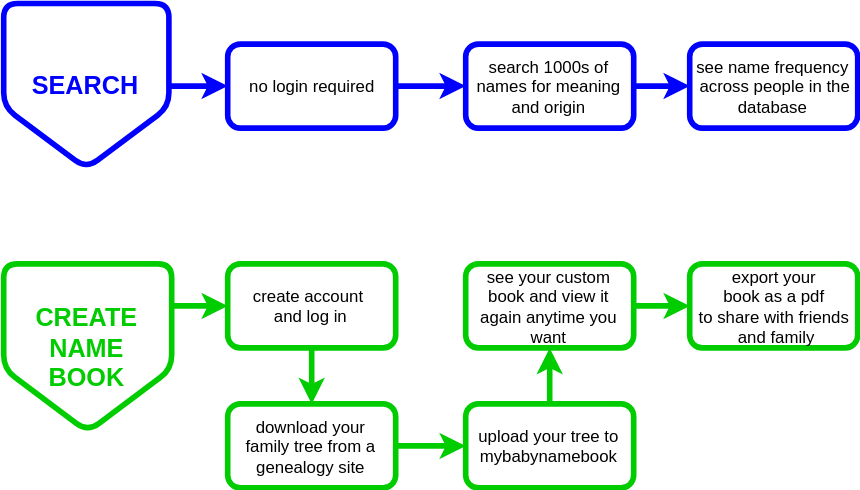
auroralemieux/ada-capstone keeps this draw.io diagram as babynamebook/static/flowchart.svg. Above is the earlier version. Source tidied: cells renumbered, new cells last; positions are measured from the earlier drawing's top-left corner, leaving out a move shared by most shapes.
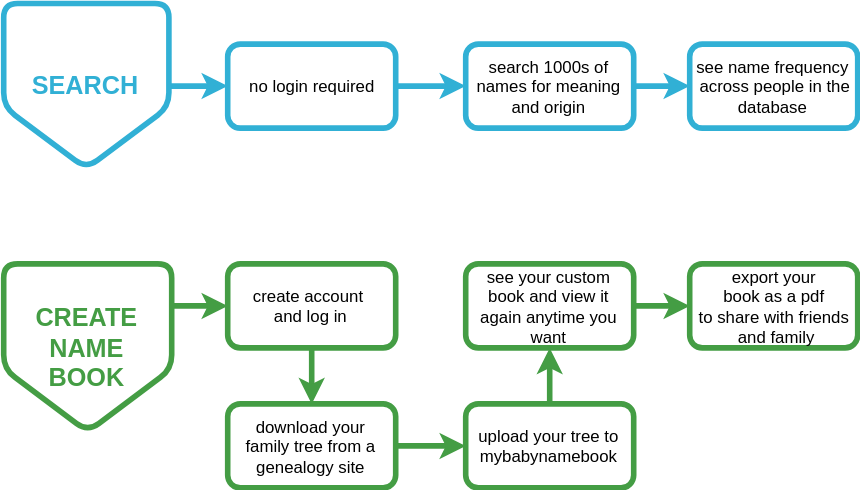
Above is the later version.

Commit message:
changed line color on name chart

The edit, as a diff of the source:
```diff
@@ -1,59 +1,59 @@
-<mxGraphModel background="#ffffff">
+<mxGraphModel>
   <root>
     <mxCell id="0" />
     <mxCell id="1" parent="0" />
-    <mxCell id="2" style="edgeStyle=orthogonalEdgeStyle;rounded=1;html=1;entryX=0;entryY=0.5;jettySize=auto;strokeWidth=4;fontSize=12;strokeColor=#0000FF;fillColor=#ffffff;" parent="1" edge="1" source="3" target="5">
+    <mxCell id="2" style="edgeStyle=orthogonalEdgeStyle;rounded=1;html=1;entryX=0;entryY=0.5;jettySize=auto;strokeWidth=4;fontSize=12;strokeColor=#31B0D5;fillColor=#ffffff;" parent="1" edge="1" source="3" target="5">
       <mxGeometry relative="1" as="geometry" />
     </mxCell>
-    <mxCell id="3" value="&lt;span&gt;&lt;font style=&quot;font-size: 18px&quot; color=&quot;#0000ff&quot;&gt;&lt;b&gt;SEARCH&lt;/b&gt;&lt;/font&gt;&lt;/span&gt;" style="shape=offPageConnector;whiteSpace=wrap;html=1;rounded=1;strokeColor=#0000FF;strokeWidth=4;" parent="1" vertex="1">
+    <mxCell id="3" value="&lt;span&gt;&lt;font style=&quot;font-size: 18px&quot; color=&quot;#31b0d5&quot;&gt;&lt;b&gt;SEARCH&lt;/b&gt;&lt;/font&gt;&lt;/span&gt;" style="shape=offPageConnector;whiteSpace=wrap;html=1;rounded=1;strokeColor=#31B0D5;strokeWidth=4;" parent="1" vertex="1">
       <mxGeometry width="118" height="118" as="geometry" />
     </mxCell>
-    <mxCell id="4" style="edgeStyle=orthogonalEdgeStyle;rounded=1;html=1;entryX=0;entryY=0.5;jettySize=auto;strokeWidth=4;fontSize=12;strokeColor=#0000FF;fillColor=#ffffff;" parent="1" edge="1" source="5" target="7">
+    <mxCell id="4" style="edgeStyle=orthogonalEdgeStyle;rounded=1;html=1;entryX=0;entryY=0.5;jettySize=auto;strokeWidth=4;fontSize=12;strokeColor=#31B0D5;fillColor=#ffffff;" parent="1" edge="1" source="5" target="7">
       <mxGeometry relative="1" as="geometry" />
     </mxCell>
-    <mxCell id="5" value="&lt;span&gt;no login required&lt;/span&gt;" style="rounded=1;whiteSpace=wrap;html=1;strokeColor=#0000FF;strokeWidth=4;" parent="1" vertex="1">
+    <mxCell id="5" value="&lt;span&gt;no login required&lt;/span&gt;" style="rounded=1;whiteSpace=wrap;html=1;strokeColor=#31B0D5;strokeWidth=4;labelBackgroundColor=#ffffff;endArrow=classic;" parent="1" vertex="1">
       <mxGeometry x="160" y="29" width="120" height="60" as="geometry" />
     </mxCell>
-    <mxCell id="6" style="edgeStyle=orthogonalEdgeStyle;rounded=1;html=1;entryX=0;entryY=0.5;jettySize=auto;strokeWidth=4;fontSize=12;strokeColor=#0000FF;fillColor=#ffffff;" parent="1" edge="1" source="7" target="8">
+    <mxCell id="6" style="edgeStyle=orthogonalEdgeStyle;rounded=1;html=1;entryX=0;entryY=0.5;jettySize=auto;strokeWidth=4;fontSize=12;strokeColor=#31B0D5;fillColor=#ffffff;" parent="1" edge="1" source="7" target="8">
       <mxGeometry relative="1" as="geometry" />
     </mxCell>
-    <mxCell id="7" value="search 1000s of names for&amp;nbsp;meaning and origin&lt;br&gt;" style="rounded=1;whiteSpace=wrap;html=1;strokeColor=#0000FF;strokeWidth=4;" parent="1" vertex="1">
+    <mxCell id="7" value="search 1000s of names for&amp;nbsp;meaning and origin&lt;br&gt;" style="rounded=1;whiteSpace=wrap;html=1;strokeColor=#31B0D5;strokeWidth=4;labelBackgroundColor=#ffffff;endArrow=classic;" parent="1" vertex="1">
       <mxGeometry x="330" y="29" width="120" height="60" as="geometry" />
     </mxCell>
-    <mxCell id="8" value="see name frequency &amp;nbsp;across people in the database&lt;br&gt;" style="rounded=1;whiteSpace=wrap;html=1;strokeColor=#0000FF;strokeWidth=4;" parent="1" vertex="1">
+    <mxCell id="8" value="see name frequency &amp;nbsp;across people in the database&lt;br&gt;" style="rounded=1;whiteSpace=wrap;html=1;strokeColor=#31B0D5;strokeWidth=4;labelBackgroundColor=#ffffff;endArrow=classic;" parent="1" vertex="1">
       <mxGeometry x="490" y="29" width="120" height="60" as="geometry" />
     </mxCell>
-    <mxCell id="9" style="edgeStyle=orthogonalEdgeStyle;rounded=0;html=1;exitX=1;exitY=0.25;entryX=0;entryY=0.5;jettySize=auto;strokeWidth=4;strokeColor=#00CC00;" parent="1" edge="1" source="10" target="12">
+    <mxCell id="9" style="edgeStyle=orthogonalEdgeStyle;rounded=0;html=1;exitX=1;exitY=0.25;entryX=0;entryY=0.5;jettySize=auto;strokeWidth=4;strokeColor=#449D44;" parent="1" edge="1" source="10" target="12">
       <mxGeometry relative="1" as="geometry" />
     </mxCell>
-    <mxCell id="10" value="&lt;font color=&quot;#00cc00&quot;&gt;&lt;span style=&quot;font-size: 18px&quot;&gt;&lt;b&gt;CREATE&lt;/b&gt;&lt;/span&gt;&lt;/font&gt;&lt;div&gt;&lt;font color=&quot;#00cc00&quot;&gt;&lt;span style=&quot;font-size: 18px&quot;&gt;&lt;b&gt;NAME&lt;/b&gt;&lt;/span&gt;&lt;/font&gt;&lt;/div&gt;&lt;div&gt;&lt;font color=&quot;#00cc00&quot;&gt;&lt;span style=&quot;font-size: 18px&quot;&gt;&lt;b&gt;BOOK&lt;/b&gt;&lt;/span&gt;&lt;/font&gt;&lt;/div&gt;" style="shape=offPageConnector;whiteSpace=wrap;html=1;rounded=1;strokeColor=#00CC00;strokeWidth=4;labelBorderColor=none;" parent="1" vertex="1">
+    <mxCell id="10" value="&lt;span style=&quot;font-size: 18px&quot;&gt;&lt;b&gt;&lt;font color=&quot;#449d44&quot;&gt;CREATE&lt;/font&gt;&lt;/b&gt;&lt;/span&gt;&lt;div&gt;&lt;span style=&quot;font-size: 18px&quot;&gt;&lt;b&gt;&lt;font color=&quot;#449d44&quot;&gt;NAME&lt;/font&gt;&lt;/b&gt;&lt;/span&gt;&lt;/div&gt;&lt;div&gt;&lt;span style=&quot;font-size: 18px&quot;&gt;&lt;b&gt;&lt;font color=&quot;#449d44&quot;&gt;BOOK&lt;/font&gt;&lt;/b&gt;&lt;/span&gt;&lt;/div&gt;" style="shape=offPageConnector;whiteSpace=wrap;html=1;rounded=1;strokeColor=#449D44;strokeWidth=4;labelBorderColor=none;" parent="1" vertex="1">
       <mxGeometry y="186" width="120" height="120" as="geometry" />
     </mxCell>
-    <mxCell id="11" style="edgeStyle=orthogonalEdgeStyle;rounded=0;html=1;entryX=0.5;entryY=0;jettySize=auto;strokeColor=#00CC00;strokeWidth=4;" parent="1" edge="1" source="12" target="14">
+    <mxCell id="11" style="edgeStyle=orthogonalEdgeStyle;rounded=0;html=1;entryX=0.5;entryY=0;jettySize=auto;strokeColor=#449D44;strokeWidth=4;" parent="1" edge="1" source="12" target="14">
       <mxGeometry relative="1" as="geometry" />
     </mxCell>
-    <mxCell id="12" value="create account&amp;nbsp;&lt;div&gt;and log in&lt;/div&gt;" style="rounded=1;whiteSpace=wrap;html=1;strokeColor=#00CC00;strokeWidth=4;labelBorderColor=none;" parent="1" vertex="1">
+    <mxCell id="12" value="create account&amp;nbsp;&lt;div&gt;and log in&lt;/div&gt;" style="rounded=1;whiteSpace=wrap;html=1;strokeColor=#449D44;strokeWidth=4;labelBorderColor=none;" parent="1" vertex="1">
       <mxGeometry x="160" y="186" width="120" height="60" as="geometry" />
     </mxCell>
-    <mxCell id="13" style="edgeStyle=orthogonalEdgeStyle;rounded=0;html=1;entryX=0;entryY=0.5;jettySize=auto;strokeColor=#00CC00;strokeWidth=4;" parent="1" edge="1" source="14" target="16">
+    <mxCell id="13" style="edgeStyle=orthogonalEdgeStyle;rounded=0;html=1;entryX=0;entryY=0.5;jettySize=auto;strokeColor=#449D44;strokeWidth=4;" parent="1" edge="1" source="14" target="16">
       <mxGeometry relative="1" as="geometry" />
     </mxCell>
-    <mxCell id="14" value="download your&lt;div&gt;family&amp;nbsp;&lt;span&gt;tree from a genealogy site&lt;/span&gt;&lt;/div&gt;" style="rounded=1;whiteSpace=wrap;html=1;strokeColor=#00CC00;strokeWidth=4;labelBorderColor=none;" parent="1" vertex="1">
+    <mxCell id="14" value="download your&lt;div&gt;family&amp;nbsp;&lt;span&gt;tree from a genealogy site&lt;/span&gt;&lt;/div&gt;" style="rounded=1;whiteSpace=wrap;html=1;strokeColor=#449D44;strokeWidth=4;labelBorderColor=none;" parent="1" vertex="1">
       <mxGeometry x="160" y="286" width="120" height="60" as="geometry" />
     </mxCell>
-    <mxCell id="15" style="edgeStyle=orthogonalEdgeStyle;rounded=0;html=1;entryX=0.5;entryY=1;jettySize=auto;strokeColor=#00CC00;strokeWidth=4;" parent="1" edge="1" source="16" target="18">
+    <mxCell id="15" style="edgeStyle=orthogonalEdgeStyle;rounded=0;html=1;entryX=0.5;entryY=1;jettySize=auto;strokeColor=#449D44;strokeWidth=4;" parent="1" edge="1" source="16" target="18">
       <mxGeometry relative="1" as="geometry" />
     </mxCell>
-    <mxCell id="16" value="upload your tree to mybabynamebook&lt;br&gt;" style="rounded=1;whiteSpace=wrap;html=1;strokeColor=#00CC00;strokeWidth=4;labelBorderColor=none;" parent="1" vertex="1">
+    <mxCell id="16" value="upload your tree to mybabynamebook&lt;br&gt;" style="rounded=1;whiteSpace=wrap;html=1;strokeColor=#449D44;strokeWidth=4;labelBorderColor=none;" parent="1" vertex="1">
       <mxGeometry x="330" y="286" width="120" height="60" as="geometry" />
     </mxCell>
-    <mxCell id="17" style="edgeStyle=orthogonalEdgeStyle;rounded=0;html=1;entryX=0;entryY=0.5;jettySize=auto;strokeColor=#00CC00;strokeWidth=4;" parent="1" edge="1" source="18" target="19">
+    <mxCell id="17" style="edgeStyle=orthogonalEdgeStyle;rounded=0;html=1;entryX=0;entryY=0.5;jettySize=auto;strokeColor=#449D44;strokeWidth=4;" parent="1" edge="1" source="18" target="19">
       <mxGeometry relative="1" as="geometry" />
     </mxCell>
-    <mxCell id="18" value="see your custom book&amp;nbsp;&lt;span&gt;and view it again any&lt;/span&gt;&lt;span&gt;time you want&lt;/span&gt;" style="rounded=1;whiteSpace=wrap;html=1;strokeColor=#00CC00;strokeWidth=4;labelBorderColor=none;" parent="1" vertex="1">
+    <mxCell id="18" value="see your custom book&amp;nbsp;&lt;span&gt;and view it again any&lt;/span&gt;&lt;span&gt;time you want&lt;/span&gt;" style="rounded=1;whiteSpace=wrap;html=1;strokeColor=#449D44;strokeWidth=4;labelBorderColor=none;" parent="1" vertex="1">
       <mxGeometry x="330" y="186" width="120" height="60" as="geometry" />
     </mxCell>
-    <mxCell id="19" value="export your&lt;div&gt;book&amp;nbsp;as a pdf&lt;div&gt;&lt;div&gt;to share with friends&lt;/div&gt;&lt;div&gt;&amp;nbsp;and family&lt;/div&gt;&lt;/div&gt;&lt;/div&gt;" style="rounded=1;whiteSpace=wrap;html=1;strokeColor=#00CC00;strokeWidth=4;labelBorderColor=none;" parent="1" vertex="1">
+    <mxCell id="19" value="export your&lt;div&gt;book&amp;nbsp;as a pdf&lt;div&gt;&lt;div&gt;to share with friends&lt;/div&gt;&lt;div&gt;&amp;nbsp;and family&lt;/div&gt;&lt;/div&gt;&lt;/div&gt;" style="rounded=1;whiteSpace=wrap;html=1;strokeColor=#449D44;strokeWidth=4;labelBorderColor=none;" parent="1" vertex="1">
       <mxGeometry x="490" y="186" width="120" height="60" as="geometry" />
     </mxCell>
   </root>
```
